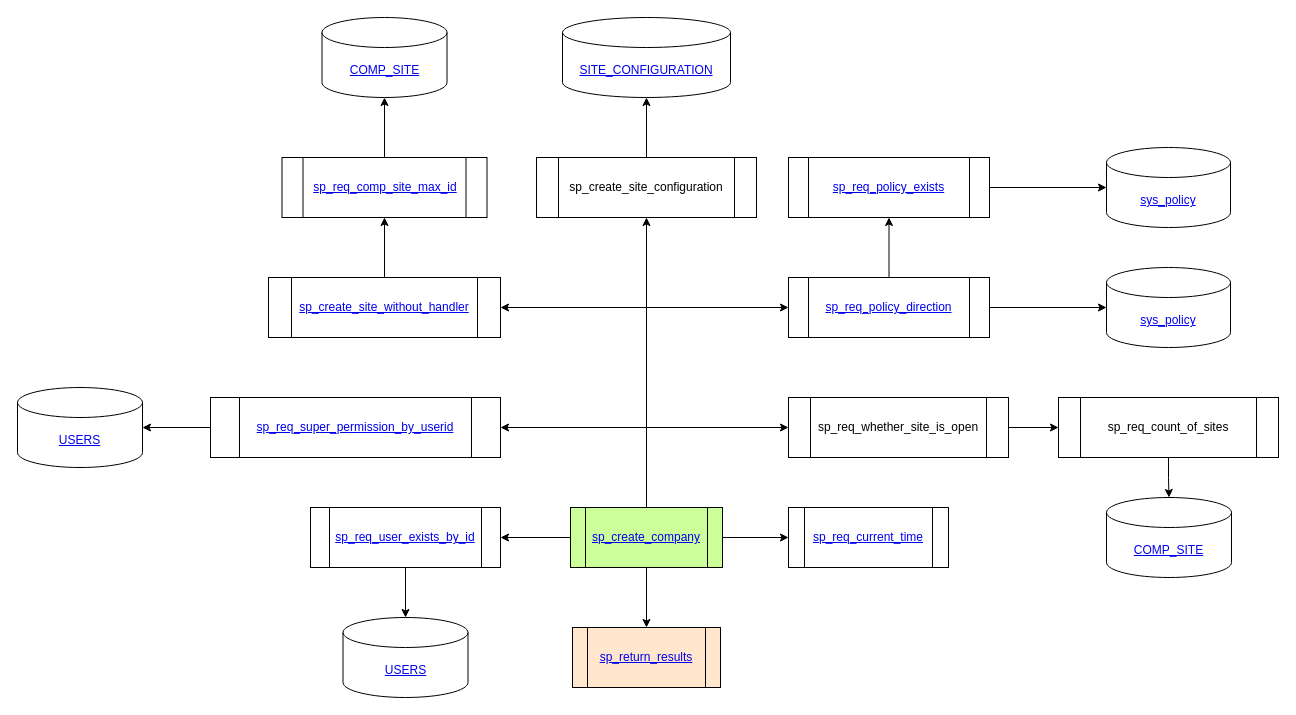
Above: sp_create_site.drawio in Leo-Nam/chium_draw (draw.io), before the change. Source tidied: cells renumbered, new cells numbered last; positions are measured from the earlier drawing's top-left corner, leaving out a move shared by most shapes. Both pictures are drawn from the tidied source at 100%, with x=0, y=0 at pixel (17, 17).
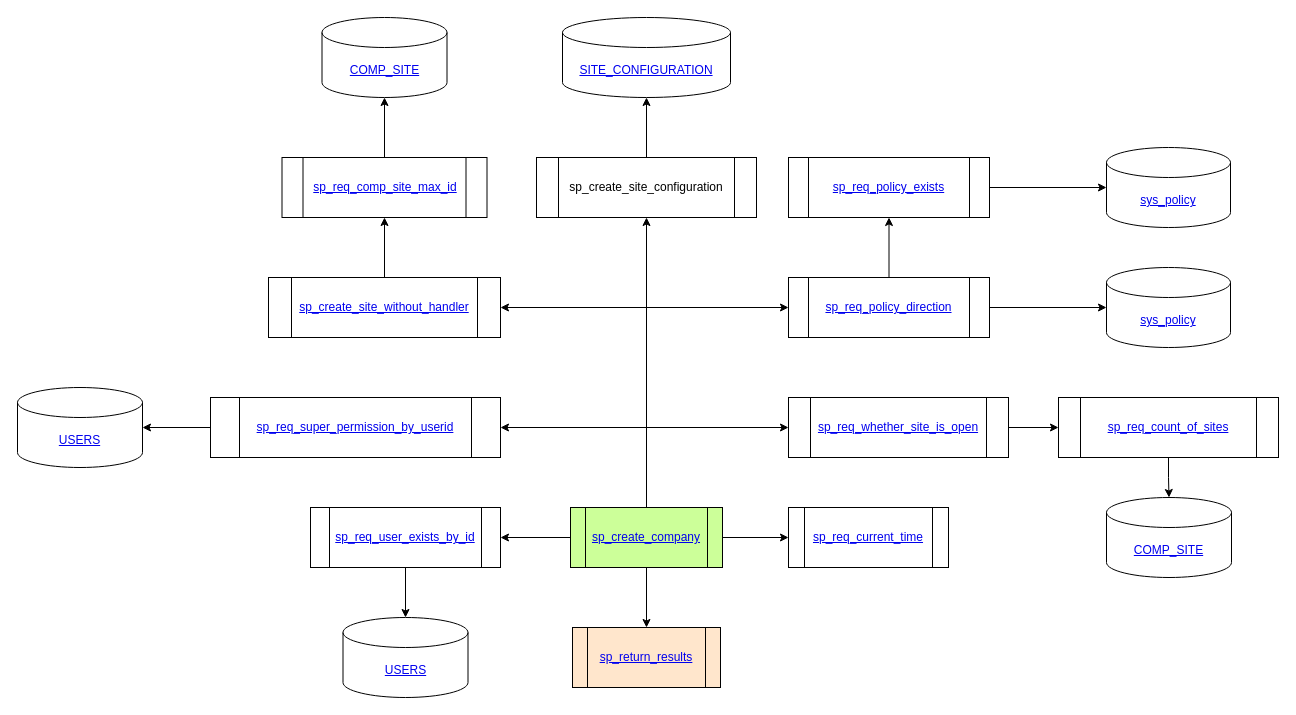
After the change.

Diff of the diagram source:
```diff
@@
-    <mxCell id="17" value="sp_req_whether_site_is_open" style="shape=process;whiteSpace=wrap;html=1;backgroundOutline=1;rounded=0;" parent="1" vertex="1">
+    <mxCell id="17" value="&lt;a href=&quot;https://github.com/Leo-Nam/chium_draw/blob/master/sp_req_whether_site_is_open.drawio&quot;&gt;sp_req_whether_site_is_open&lt;/a&gt;" style="shape=process;whiteSpace=wrap;html=1;backgroundOutline=1;rounded=0;" parent="1" vertex="1">
       <mxGeometry x="771" y="380" width="220" height="60" as="geometry" />
     </mxCell>
@@
-    <mxCell id="29" value="sp_req_count_of_sites" style="shape=process;whiteSpace=wrap;html=1;backgroundOutline=1;rounded=0;" parent="1" vertex="1">
+    <mxCell id="29" value="&lt;a href=&quot;https://github.com/Leo-Nam/chium_draw/blob/master/sp_req_count_of_sites.drawio&quot;&gt;sp_req_count_of_sites&lt;/a&gt;" style="shape=process;whiteSpace=wrap;html=1;backgroundOutline=1;rounded=0;" parent="1" vertex="1">
       <mxGeometry x="1041" y="380" width="220" height="60" as="geometry" />
     </mxCell>
```
